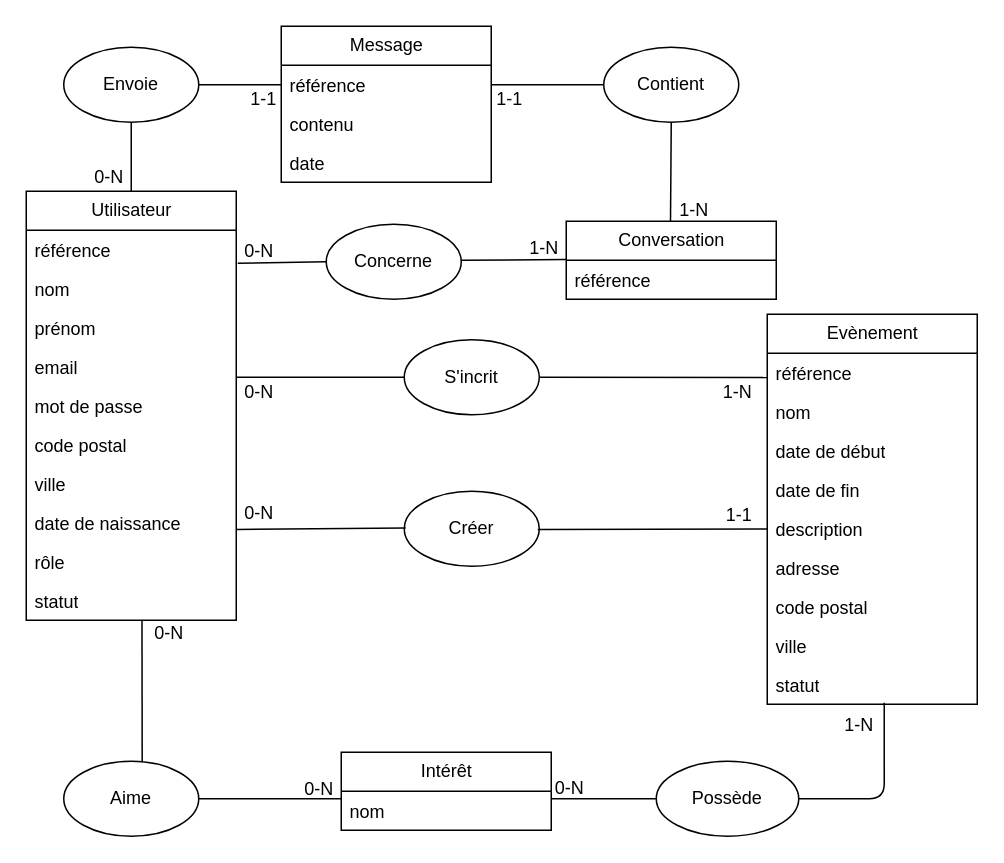
LunaireFlare/orizon keeps this draw.io diagram as conception/database_modelling/MCD/mcd.drawio. Above is the earlier version. Source tidied: cells renumbered, new cells numbered last; positions are measured from the earlier drawing's top-left corner, leaving out a move shared by most shapes. Both pictures are drawn from the tidied source at 150%, with x=0, y=0 at pixel (26, 26).
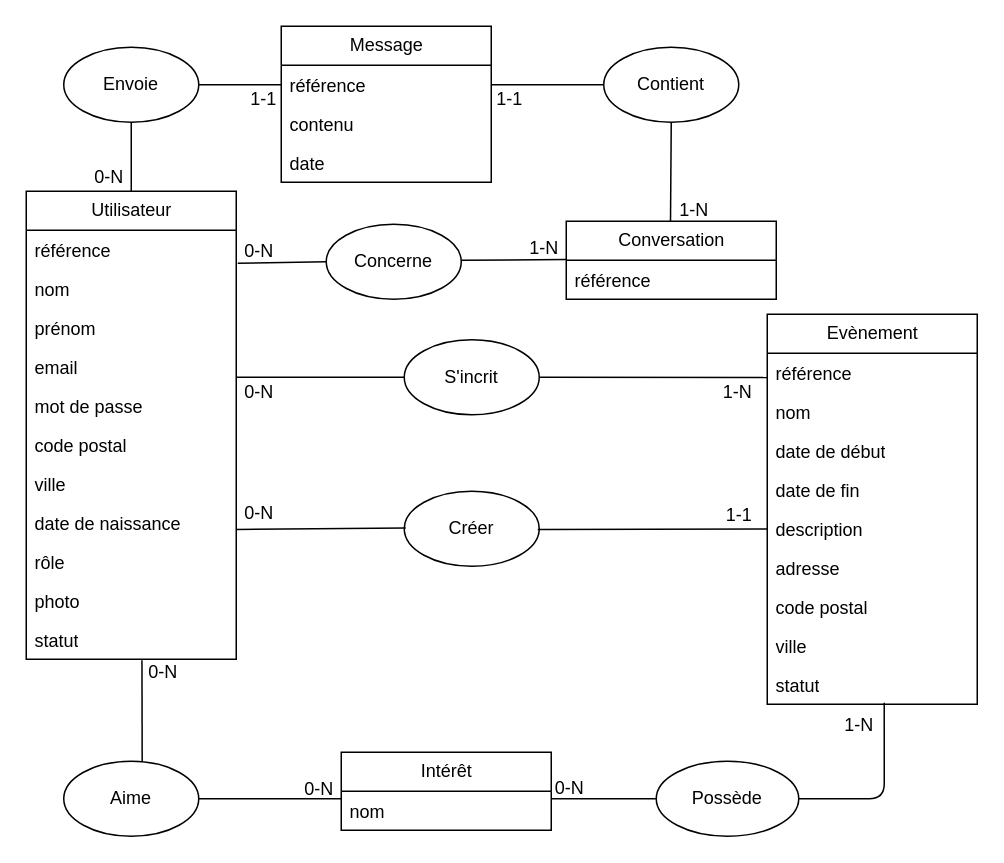
The same page after the edit.

Unchanged cells that the change refers to:
```xml
<mxCell id="56" value="Aime" style="ellipse;whiteSpace=wrap;html=1;" parent="1" vertex="1">
  <mxGeometry x="25" y="490" width="90" height="50" as="geometry" />
</mxCell>
```

The edit, as a diff of the source:
```diff
@@
     <mxCell id="2" value="Utilisateur" style="swimlane;fontStyle=0;horizontal=1;startSize=26;fillColor=none;html=1;" parent="1" vertex="1">
-      <mxGeometry y="110" width="140" height="286" as="geometry" />
+      <mxGeometry y="110" width="140" height="312" as="geometry" />
     </mxCell>
@@
-    <mxCell id="12" value="statut" style="text;strokeColor=none;fillColor=none;align=left;verticalAlign=top;spacingLeft=4;spacingRight=4;overflow=hidden;whiteSpace=wrap;html=1;" parent="2" vertex="1">
+    <mxCell id="12" value="photo" style="text;strokeColor=none;fillColor=none;align=left;verticalAlign=top;spacingLeft=4;spacingRight=4;overflow=hidden;whiteSpace=wrap;html=1;" parent="2" vertex="1">
       <mxGeometry y="260" width="140" height="26" as="geometry" />
     </mxCell>
+    <mxCell id="66" value="statut" style="text;strokeColor=none;fillColor=none;align=left;verticalAlign=top;spacingLeft=4;spacingRight=4;overflow=hidden;points=[[0,0.5],[1,0.5]];portConstraint=eastwest;whiteSpace=wrap;html=1;" parent="2" vertex="1">
+      <mxGeometry y="286" width="140" height="26" as="geometry" />
+    </mxCell>
@@
-    <mxCell id="57" style="endArrow=none;html=1;exitX=0.581;exitY=0.013;exitDx=0;exitDy=0;exitPerimeter=0;entryX=0.054;entryY=0.207;entryDx=0;entryDy=0;entryPerimeter=0;" parent="1" edge="1" source="56" target="59">
+    <mxCell id="57" style="endArrow=none;html=1;exitX=0.581;exitY=0.013;exitDx=0;exitDy=0;exitPerimeter=0;entryX=0.551;entryY=1.027;entryDx=0;entryDy=0;entryPerimeter=0;" parent="1" edge="1" source="56" target="66">
       <mxGeometry relative="1" as="geometry" />
     </mxCell>
@@
     <mxCell id="59" value="&lt;span style=&quot;color: rgb(0, 0, 0);&quot;&gt;0-N&lt;/span&gt;" style="text;html=1;align=center;verticalAlign=middle;points=[];strokeColor=none;fillColor=none;" parent="1" vertex="1">
-      <mxGeometry x="75" y="390" width="40" height="30" as="geometry" />
+      <mxGeometry x="71" y="416" width="40" height="30" as="geometry" />
     </mxCell>
```
